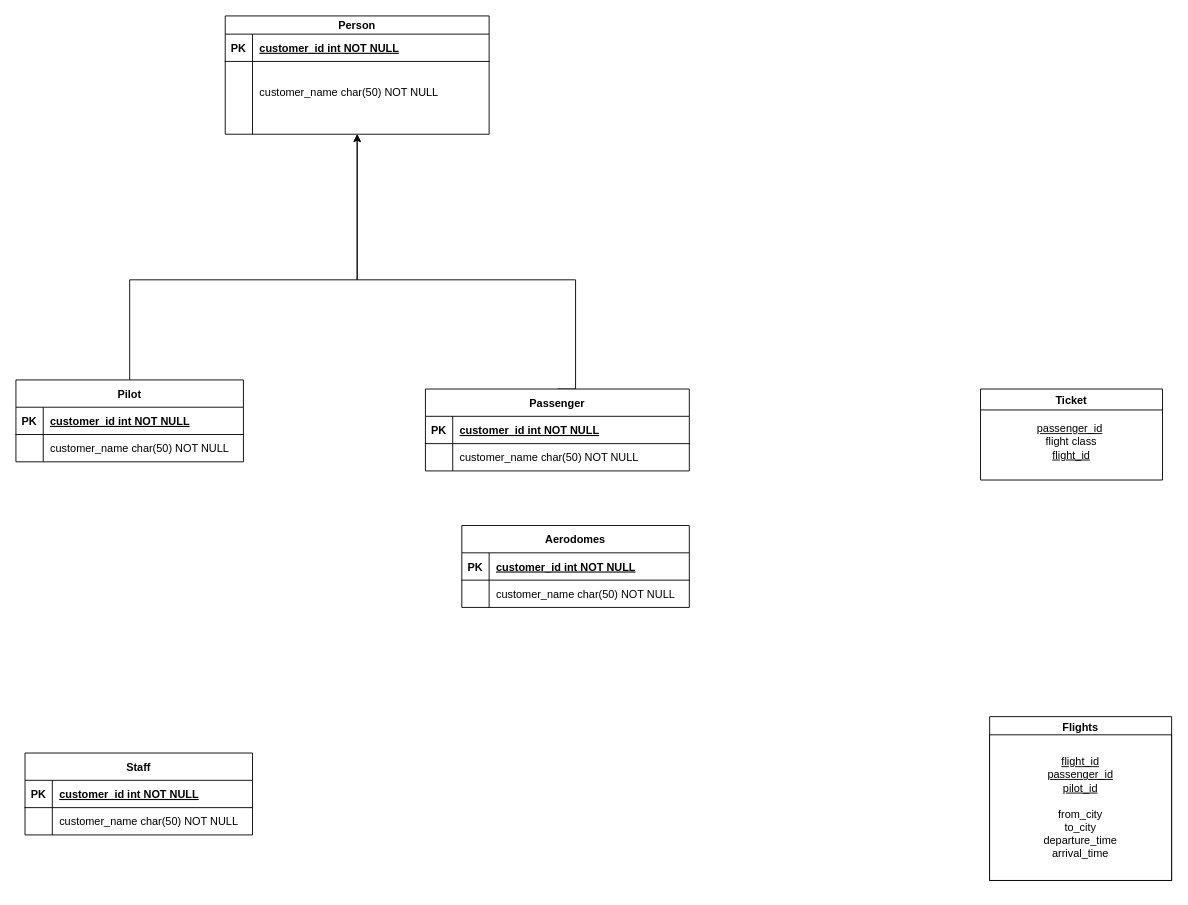
Above: Database.drawio in adarsh-kishore786/IT252-Project (draw.io), before the change. Source tidied: cells renumbered, new cells numbered last; positions are measured from the earlier drawing's top-left corner, leaving out a move shared by most shapes. Both pictures are drawn from the tidied source at 91%, with x=0, y=0 at pixel (15, 15).
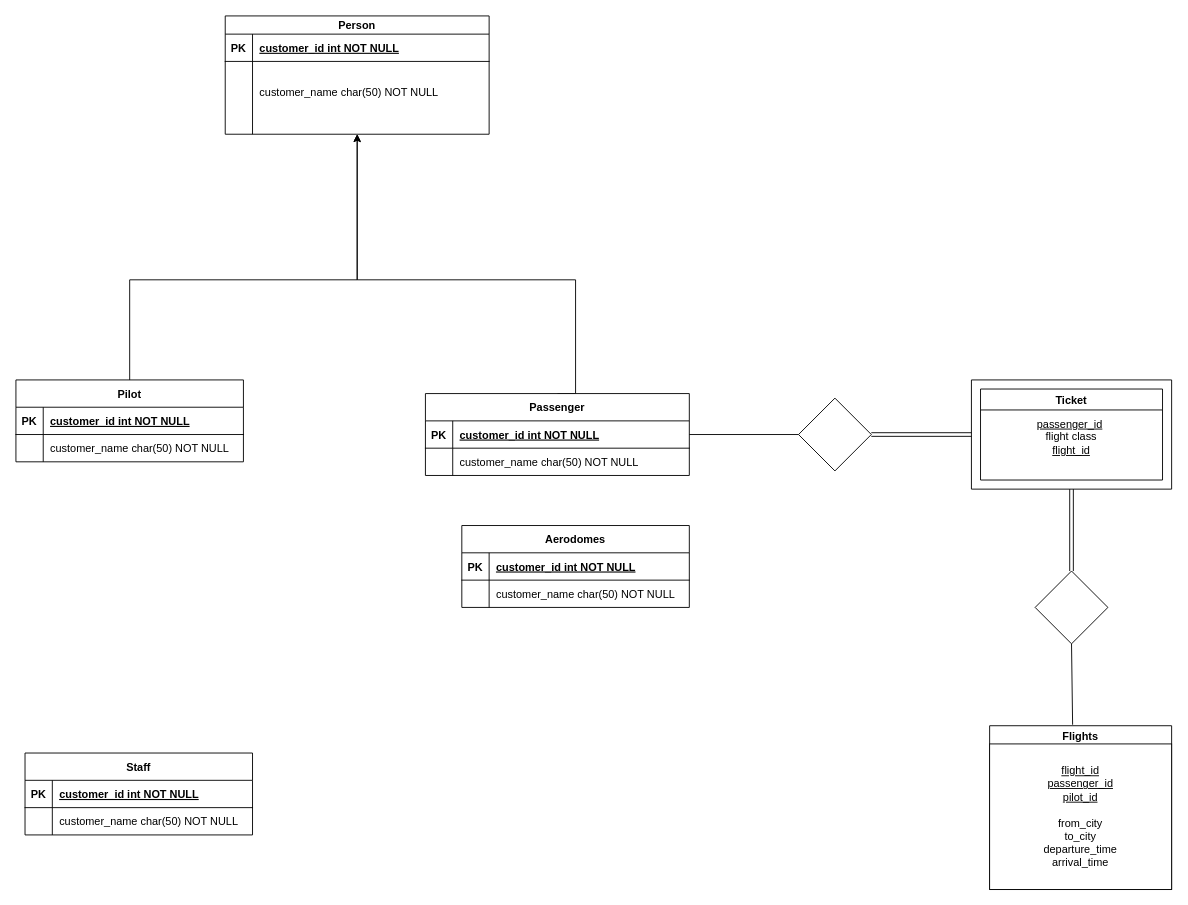
The same diagram, later.

Commit message:
Update Database add diamonds

Unchanged cells that the change refers to:
```xml
<mxCell id="12" style="shape=partialRectangle;fillColor=none;points=[[0,0.5],[1,0.5]];portConstraint=eastwest;top=0;left=0;right=0;bottom=1;" parent="11" vertex="1">
  <mxGeometry y="30" width="290" height="30" as="geometry" />
</mxCell>
<mxCell id="41" value="Ticket" style="swimlane;" parent="1" vertex="1">
  <mxGeometry x="1060" y="410" width="200" height="100" as="geometry" />
</mxCell>
```

What changed in the source:
```diff
@@
     <mxCell id="11" value="Passenger" style="shape=table;startSize=30;childLayout=tableLayout;rowLines=0;fontStyle=1;align=center;" parent="1" vertex="1">
-      <mxGeometry x="450" y="410" width="290" height="90" as="geometry" />
+      <mxGeometry x="450" y="415" width="290" height="90" as="geometry" />
     </mxCell>
@@
     <mxCell id="39" value="Flights" style="swimlane;" parent="1" vertex="1">
-      <mxGeometry x="1070" y="770" width="200" height="180" as="geometry" />
+      <mxGeometry x="1070" y="780" width="200" height="180" as="geometry" />
     </mxCell>
@@
     <mxCell id="42" value="&lt;u&gt;passenger_id&lt;/u&gt;&amp;nbsp;&lt;br&gt;flight class&lt;br&gt;&lt;u&gt;flight_id&lt;br&gt;&lt;br&gt;&lt;/u&gt;" style="text;html=1;strokeColor=none;fillColor=none;align=center;verticalAlign=middle;whiteSpace=wrap;rounded=0;" parent="41" vertex="1">
-      <mxGeometry y="20" width="200" height="90" as="geometry" />
+      <mxGeometry y="20" width="200" height="80" as="geometry" />
     </mxCell>
+    <mxCell id="43" style="rhombus;whiteSpace=wrap;html=1;" parent="1" vertex="1">
+      <mxGeometry x="860" y="420" width="80" height="80" as="geometry" />
+    </mxCell>
+    <mxCell id="44" style="rhombus;whiteSpace=wrap;html=1;" parent="1" vertex="1">
+      <mxGeometry x="1120" y="610" width="80" height="80" as="geometry" />
+    </mxCell>
+    <mxCell id="45" style="swimlane;startSize=0;" parent="1" vertex="1">
+      <mxGeometry x="1050" y="400" width="220" height="120" as="geometry" />
+    </mxCell>
+    <mxCell id="46" style="shape=link;html=1;rounded=0;entryX=0.5;entryY=0;entryDx=0;entryDy=0;exitX=0.5;exitY=1;exitDx=0;exitDy=0;" parent="1" edge="1" source="45" target="44">
+      <mxGeometry relative="1" as="geometry" />
+    </mxCell>
+    <mxCell id="47" style="shape=link;html=1;rounded=0;exitX=1;exitY=0.5;exitDx=0;exitDy=0;entryX=0;entryY=0.5;entryDx=0;entryDy=0;" parent="1" edge="1" source="43" target="45">
+      <mxGeometry relative="1" as="geometry" />
+    </mxCell>
+    <mxCell id="48" style="endArrow=none;html=1;rounded=0;exitX=0.5;exitY=1;exitDx=0;exitDy=0;entryX=0.456;entryY=-0.006;entryDx=0;entryDy=0;entryPerimeter=0;" parent="1" edge="1" source="44" target="39">
+      <mxGeometry relative="1" as="geometry" />
+    </mxCell>
+    <mxCell id="49" style="endArrow=none;html=1;rounded=0;exitX=0;exitY=0.5;exitDx=0;exitDy=0;entryX=1;entryY=0.5;entryDx=0;entryDy=0;" parent="1" edge="1" source="43" target="12">
+      <mxGeometry relative="1" as="geometry" />
+    </mxCell>
```
